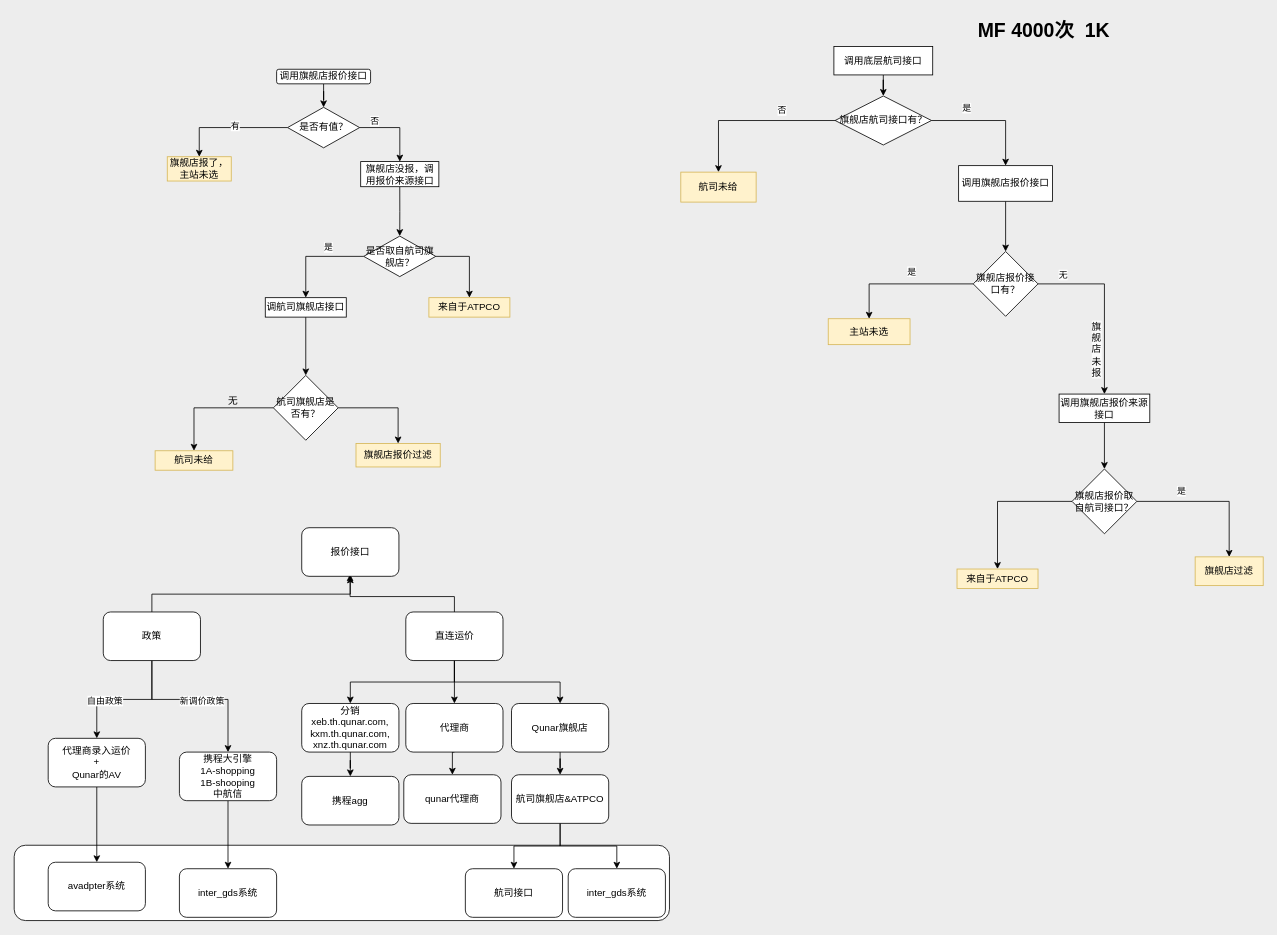
The draw.io diagram page "第 2 页" (2 of 2) of 国际qt中转问题.drawio in liuzhongye/draw-io, before the edit. Source tidied: cells renumbered, new cells numbered last; positions are measured from the earlier drawing's top-left corner, leaving out a move shared by most shapes. Both pictures are drawn from the tidied source at 81%, with x=0, y=0 at pixel (14, 14).
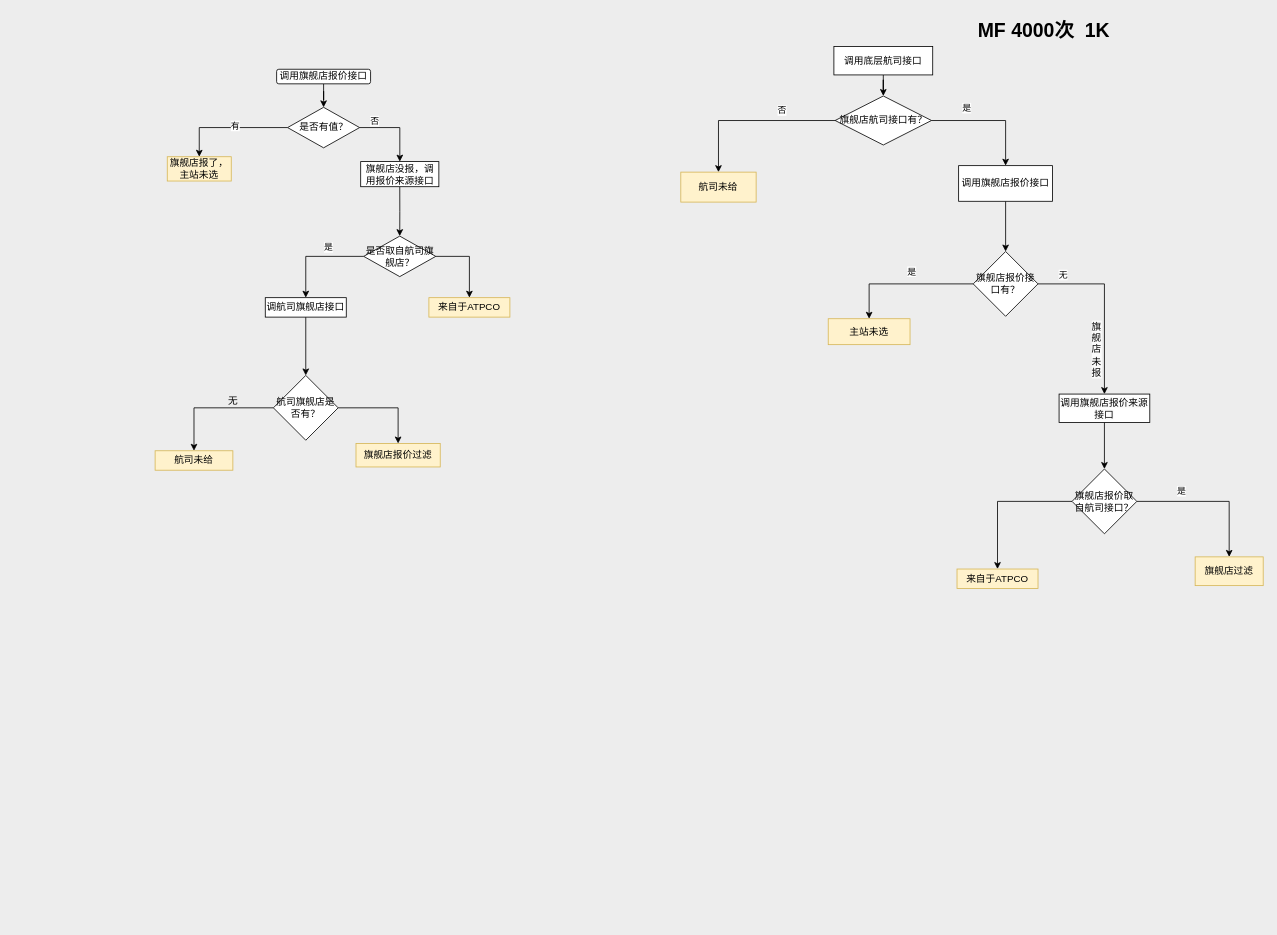
The same page after the edit.

Commit message:
更新国际qt中转问题.drawio

Change to the diagram source:
```diff
@@
-    <mxCell id="2" style="rounded=1;whiteSpace=wrap;html=1;" parent="1" vertex="1">
-      <mxGeometry y="1026" width="809" height="93" as="geometry" />
-    </mxCell>
@@
-    <mxCell id="52" style="edgeStyle=orthogonalEdgeStyle;rounded=0;jettySize=auto;html=1;exitX=0.5;exitY=1;exitDx=0;exitDy=0;" parent="1" edge="1" source="56" target="64">
-      <mxGeometry relative="1" as="geometry" />
-    </mxCell>
-    <mxCell id="53" style="edgeStyle=orthogonalEdgeStyle;rounded=0;jettySize=auto;html=1;exitX=0.5;exitY=1;exitDx=0;exitDy=0;entryX=0.5;entryY=0;entryDx=0;entryDy=0;" parent="1" edge="1" source="56" target="66">
-      <mxGeometry relative="1" as="geometry" />
-    </mxCell>
-    <mxCell id="54" style="edgeStyle=orthogonalEdgeStyle;rounded=0;jettySize=auto;html=1;exitX=0.5;exitY=1;exitDx=0;exitDy=0;" parent="1" edge="1" source="56" target="68">
-      <mxGeometry relative="1" as="geometry" />
-    </mxCell>
-    <mxCell id="55" style="edgeStyle=orthogonalEdgeStyle;rounded=0;jettySize=auto;html=1;exitX=0.5;exitY=0;exitDx=0;exitDy=0;" parent="1" edge="1" source="56">
-      <mxGeometry relative="1" as="geometry">
-        <mxPoint x="414.7" y="691.3" as="targetPoint" />
-        <Array as="points">
-          <mxPoint x="544" y="719" />
-          <mxPoint x="415" y="719" />
-        </Array>
-      </mxGeometry>
-    </mxCell>
-    <mxCell id="56" value="直连运价" style="rounded=1;whiteSpace=wrap;html=1;" parent="1" vertex="1">
-      <mxGeometry x="483.5" y="738" width="120" height="60" as="geometry" />
-    </mxCell>
-    <mxCell id="57" style="edgeStyle=orthogonalEdgeStyle;rounded=0;jettySize=auto;html=1;exitX=0.5;exitY=1;exitDx=0;exitDy=0;" parent="1" edge="1" source="62" target="75">
-      <mxGeometry relative="1" as="geometry">
-        <Array as="points">
-          <mxPoint x="170" y="846" />
-          <mxPoint x="264" y="846" />
-        </Array>
-      </mxGeometry>
-    </mxCell>
-    <mxCell id="58" value="新调价政策" style="edgeLabel;html=1;align=center;verticalAlign=middle;" parent="57" vertex="1">
-      <mxGeometry x="0.05" y="-1" relative="1" as="geometry" />
-    </mxCell>
-    <mxCell id="59" style="edgeStyle=orthogonalEdgeStyle;rounded=0;jettySize=auto;html=1;exitX=0.5;exitY=0;exitDx=0;exitDy=0;" parent="1" edge="1" source="62" target="76">
-      <mxGeometry relative="1" as="geometry" />
-    </mxCell>
-    <mxCell id="60" style="edgeStyle=orthogonalEdgeStyle;rounded=0;jettySize=auto;html=1;exitX=0.5;exitY=1;exitDx=0;exitDy=0;entryX=0.5;entryY=0;entryDx=0;entryDy=0;" parent="1" edge="1" source="62" target="81">
-      <mxGeometry relative="1" as="geometry" />
-    </mxCell>
-    <mxCell id="61" value="自由政策" style="edgeLabel;html=1;align=center;verticalAlign=middle;" parent="60" vertex="1">
-      <mxGeometry x="0.3" y="1" relative="1" as="geometry" />
-    </mxCell>
-    <mxCell id="62" value="政策" style="rounded=1;whiteSpace=wrap;html=1;" parent="1" vertex="1">
-      <mxGeometry x="110" y="738" width="120" height="60" as="geometry" />
-    </mxCell>
-    <mxCell id="63" style="edgeStyle=orthogonalEdgeStyle;rounded=0;jettySize=auto;html=1;" parent="1" edge="1" source="64" target="69">
-      <mxGeometry relative="1" as="geometry" />
-    </mxCell>
-    <mxCell id="64" value="分销&lt;br&gt;xeb.th.qunar.com, kxm.th.qunar.com, xnz.th.qunar.com" style="rounded=1;whiteSpace=wrap;html=1;" parent="1" vertex="1">
-      <mxGeometry x="355" y="851" width="120" height="60" as="geometry" />
-    </mxCell>
-    <mxCell id="65" style="edgeStyle=orthogonalEdgeStyle;rounded=0;jettySize=auto;html=1;exitX=0.5;exitY=1;exitDx=0;exitDy=0;entryX=0.5;entryY=0;entryDx=0;entryDy=0;" parent="1" edge="1" source="66" target="70">
-      <mxGeometry relative="1" as="geometry" />
-    </mxCell>
-    <mxCell id="66" value="代理商" style="rounded=1;whiteSpace=wrap;html=1;" parent="1" vertex="1">
-      <mxGeometry x="483.5" y="851" width="120" height="60" as="geometry" />
-    </mxCell>
-    <mxCell id="67" style="edgeStyle=orthogonalEdgeStyle;rounded=0;jettySize=auto;html=1;exitX=0.5;exitY=1;exitDx=0;exitDy=0;" parent="1" edge="1" source="68" target="73">
-      <mxGeometry relative="1" as="geometry" />
-    </mxCell>
-    <mxCell id="68" value="Qunar旗舰店" style="rounded=1;whiteSpace=wrap;html=1;" parent="1" vertex="1">
-      <mxGeometry x="614" y="851" width="120" height="60" as="geometry" />
-    </mxCell>
-    <mxCell id="69" value="携程agg" style="rounded=1;whiteSpace=wrap;html=1;" parent="1" vertex="1">
-      <mxGeometry x="355" y="941" width="120" height="60" as="geometry" />
-    </mxCell>
-    <mxCell id="70" value="qunar代理商" style="rounded=1;whiteSpace=wrap;html=1;" parent="1" vertex="1">
-      <mxGeometry x="481" y="939" width="120" height="60" as="geometry" />
-    </mxCell>
-    <mxCell id="71" style="edgeStyle=orthogonalEdgeStyle;rounded=0;jettySize=auto;html=1;exitX=0.5;exitY=1;exitDx=0;exitDy=0;entryX=0.5;entryY=0;entryDx=0;entryDy=0;" parent="1" edge="1" source="73" target="77">
-      <mxGeometry relative="1" as="geometry" />
-    </mxCell>
-    <mxCell id="72" style="edgeStyle=orthogonalEdgeStyle;rounded=0;jettySize=auto;html=1;exitX=0.5;exitY=1;exitDx=0;exitDy=0;" parent="1" edge="1" source="73" target="78">
-      <mxGeometry relative="1" as="geometry" />
-    </mxCell>
-    <mxCell id="73" value="航司旗舰店&amp;amp;ATPCO" style="rounded=1;whiteSpace=wrap;html=1;" parent="1" vertex="1">
-      <mxGeometry x="614" y="939" width="120" height="60" as="geometry" />
-    </mxCell>
-    <mxCell id="74" style="edgeStyle=orthogonalEdgeStyle;rounded=0;jettySize=auto;html=1;exitX=0.5;exitY=1;exitDx=0;exitDy=0;entryX=0.5;entryY=0;entryDx=0;entryDy=0;" parent="1" edge="1" source="75" target="79">
-      <mxGeometry relative="1" as="geometry" />
-    </mxCell>
-    <mxCell id="75" value="携程大引擎&lt;br&gt;1A-shopping&lt;br&gt;1B-shooping&lt;br&gt;中航信" style="rounded=1;whiteSpace=wrap;html=1;" parent="1" vertex="1">
-      <mxGeometry x="204" y="911" width="120" height="60" as="geometry" />
-    </mxCell>
-    <mxCell id="76" value="报价接口" style="rounded=1;whiteSpace=wrap;html=1;" parent="1" vertex="1">
-      <mxGeometry x="355" y="634" width="120" height="60" as="geometry" />
-    </mxCell>
-    <mxCell id="77" value="inter_gds系统" style="rounded=1;whiteSpace=wrap;html=1;" parent="1" vertex="1">
-      <mxGeometry x="684" y="1055" width="120" height="60" as="geometry" />
-    </mxCell>
-    <mxCell id="78" value="航司接口" style="rounded=1;whiteSpace=wrap;html=1;" parent="1" vertex="1">
-      <mxGeometry x="557" y="1055" width="120" height="60" as="geometry" />
-    </mxCell>
-    <mxCell id="79" value="inter_gds系统" style="rounded=1;whiteSpace=wrap;html=1;" parent="1" vertex="1">
-      <mxGeometry x="204" y="1055" width="120" height="60" as="geometry" />
-    </mxCell>
-    <mxCell id="80" style="edgeStyle=orthogonalEdgeStyle;rounded=0;jettySize=auto;html=1;exitX=0.5;exitY=1;exitDx=0;exitDy=0;" parent="1" edge="1" source="81" target="82">
-      <mxGeometry relative="1" as="geometry" />
-    </mxCell>
-    <mxCell id="81" value="代理商录入运价&lt;br&gt;+&lt;br&gt;Qunar的AV" style="rounded=1;whiteSpace=wrap;html=1;" parent="1" vertex="1">
-      <mxGeometry x="42" y="894" width="120" height="60" as="geometry" />
-    </mxCell>
-    <mxCell id="82" value="avadpter系统" style="rounded=1;whiteSpace=wrap;html=1;" parent="1" vertex="1">
-      <mxGeometry x="42" y="1047" width="120" height="60" as="geometry" />
-    </mxCell>
```
